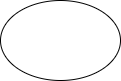
Above: test.drawio.png in JoeyHangg/Picture (draw.io), before the change. Source tidied: cells renumbered, new cells last; positions are measured from the earlier drawing's top-left corner, leaving out a move shared by most shapes. Source of this version:
```xml
<mxGraphModel>
  <root>
    <mxCell id="0" />
    <mxCell id="1" parent="0" />
    <mxCell id="2" style="ellipse;whiteSpace=wrap;html=1;" parent="1" vertex="1">
      <mxGeometry width="120" height="80" as="geometry" />
    </mxCell>
  </root>
</mxGraphModel>
```
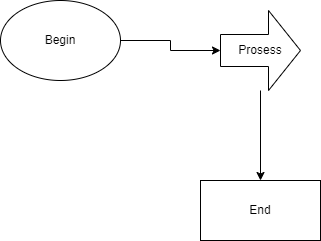
After the change.

Diff of the diagram source:
```diff
@@ -2,8 +2,20 @@
   <root>
     <mxCell id="0" />
     <mxCell id="1" parent="0" />
+    <mxCell id="3" style="edgeStyle=orthogonalEdgeStyle;rounded=0;jettySize=auto;html=1;" parent="1" edge="1" source="2" target="5">
+      <mxGeometry relative="1" as="geometry" />
+    </mxCell>
-    <mxCell id="2" style="ellipse;whiteSpace=wrap;html=1;" parent="1" vertex="1">
+    <mxCell id="2" value="Begin&lt;br&gt;" style="ellipse;whiteSpace=wrap;html=1;" parent="1" vertex="1">
       <mxGeometry width="120" height="80" as="geometry" />
     </mxCell>
+    <mxCell id="4" style="edgeStyle=orthogonalEdgeStyle;rounded=0;jettySize=auto;html=1;" parent="1" edge="1" source="5" target="6">
+      <mxGeometry relative="1" as="geometry" />
+    </mxCell>
+    <mxCell id="5" value="Prosess" style="shape=singleArrow;whiteSpace=wrap;html=1;arrowWidth=0.4;arrowSize=0.4;" parent="1" vertex="1">
+      <mxGeometry x="220" y="10" width="80" height="80" as="geometry" />
+    </mxCell>
+    <mxCell id="6" value="End&lt;br&gt;" style="whiteSpace=wrap;html=1;" parent="1" vertex="1">
+      <mxGeometry x="200" y="180" width="120" height="60" as="geometry" />
+    </mxCell>
   </root>
 </mxGraphModel>
```
